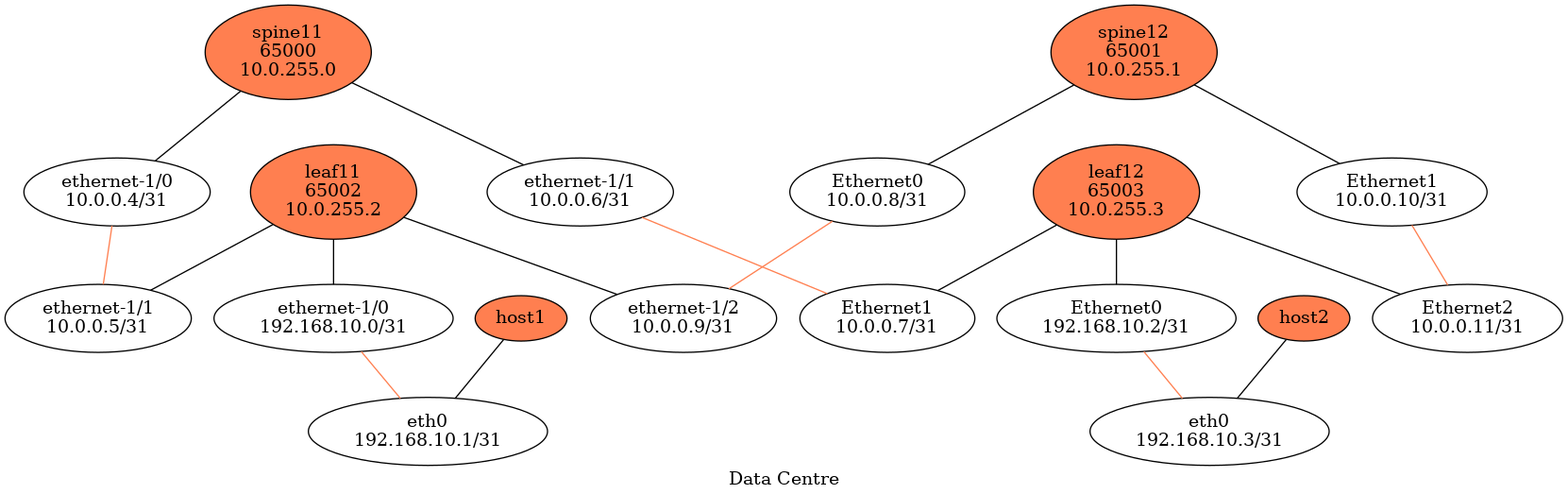
This is topology/autogen.gv.png from akarneliuk/hs-dc, a Graphviz export, as it was before one commit. Its source is kept beside it as topology/autogen.gv.
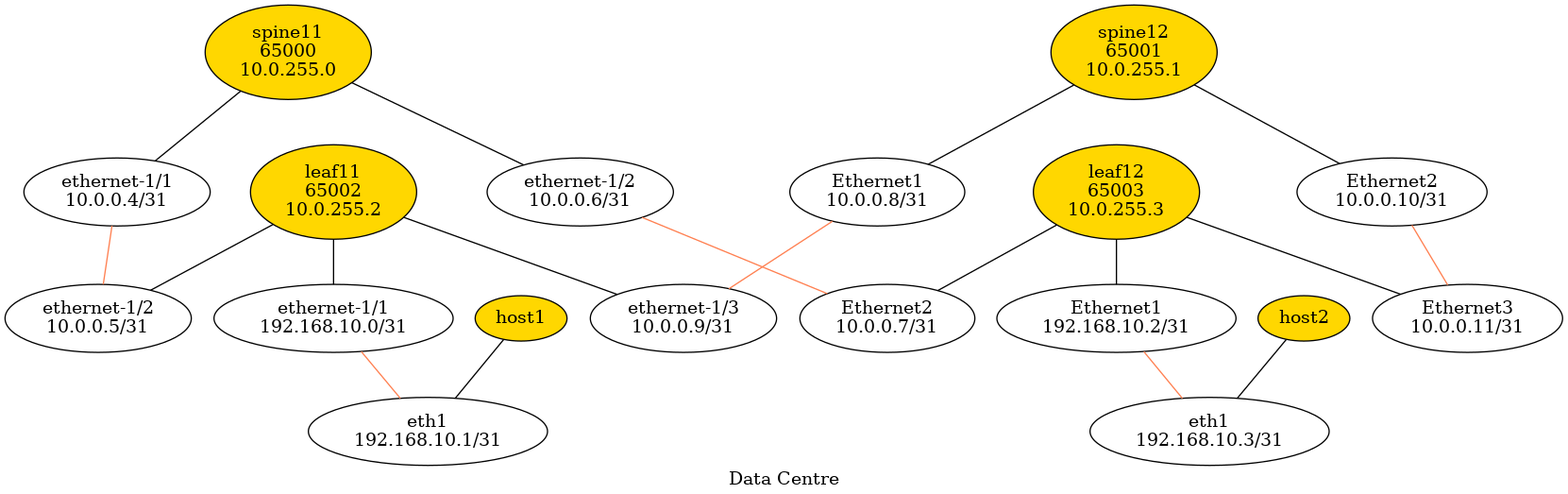
Later version of the same file.

The edit, as a diff of the source:
```diff
@@ -4,7 +4,7 @@
 	spine11	 [bgp_asn=65000,
 		dev_role=spines,
 		dev_type="nokia-srlinux",
-		fillcolor=coral,
+		fillcolor=gold,
 		label="spine11
 65000
 10.0.255.0",
@@ -13,36 +13,36 @@
 		pod=A,
 		rank=4,
 		style=filled];
-	"iface-4"	 [dev_name="ethernet-1/0",
+	"iface-4"	 [dev_name="ethernet-1/1",
 		dev_type=port,
 		ipv4="10.0.0.4/31",
-		label="ethernet-1/0
+		label="ethernet-1/1
 10.0.0.4/31",
 		rank=5];
 	spine11 -- "iface-4"	 [color=black,
 		phy=port];
-	"iface-6"	 [dev_name="ethernet-1/1",
+	"iface-6"	 [dev_name="ethernet-1/2",
 		dev_type=port,
 		ipv4="10.0.0.6/31",
-		label="ethernet-1/1
+		label="ethernet-1/2
 10.0.0.6/31",
 		rank=5];
 	spine11 -- "iface-6"	 [color=black,
 		phy=port];
-	"iface-5"	 [dev_name="ethernet-1/1",
+	"iface-5"	 [dev_name="ethernet-1/2",
 		dev_type=port,
 		ipv4="10.0.0.5/31",
-		label="ethernet-1/1
+		label="ethernet-1/2
 10.0.0.5/31",
 		rank=6];
 	"iface-4" -- "iface-5"	 [color=coral,
 		linux_bridge=hs_br_4,
 		phy=wire,
 		role=dc];
-	"iface-7"	 [dev_name=Ethernet1,
+	"iface-7"	 [dev_name=Ethernet2,
 		dev_type=port,
 		ipv4="10.0.0.7/31",
-		label="Ethernet1
+		label="Ethernet2
 10.0.0.7/31",
 		rank=6];
 	"iface-6" -- "iface-7"	 [color=coral,
@@ -52,7 +52,7 @@
 	spine12	 [bgp_asn=65001,
 		dev_role=spines,
 		dev_type="microsoft-sonic",
-		fillcolor=coral,
+		fillcolor=gold,
 		label="spine12
 65001
 10.0.255.1",
@@ -62,36 +62,36 @@
 		rank=4,
 		style=filled,
 		vlan_base=10];
-	"iface-8"	 [dev_name=Ethernet0,
+	"iface-8"	 [dev_name=Ethernet1,
 		dev_type=port,
 		ipv4="10.0.0.8/31",
-		label="Ethernet0
+		label="Ethernet1
 10.0.0.8/31",
 		rank=5];
 	spine12 -- "iface-8"	 [color=black,
 		phy=port];
-	"iface-10"	 [dev_name=Ethernet1,
+	"iface-10"	 [dev_name=Ethernet2,
 		dev_type=port,
 		ipv4="10.0.0.10/31",
-		label="Ethernet1
+		label="Ethernet2
 10.0.0.10/31",
 		rank=5];
 	spine12 -- "iface-10"	 [color=black,
 		phy=port];
-	"iface-9"	 [dev_name="ethernet-1/2",
+	"iface-9"	 [dev_name="ethernet-1/3",
 		dev_type=port,
 		ipv4="10.0.0.9/31",
-		label="ethernet-1/2
+		label="ethernet-1/3
 10.0.0.9/31",
 		rank=6];
 	"iface-8" -- "iface-9"	 [color=coral,
 		linux_bridge=hs_br_8,
 		phy=wire,
 		role=dc];
-	"iface-11"	 [dev_name=Ethernet2,
+	"iface-11"	 [dev_name=Ethernet3,
 		dev_type=port,
 		ipv4="10.0.0.11/31",
-		label="Ethernet2
+		label="Ethernet3
 10.0.0.11/31",
 		rank=6];
 	"iface-10" -- "iface-11"	 [color=coral,
@@ -101,7 +101,7 @@
 	leaf11	 [bgp_asn=65002,
 		dev_role=leafs,
 		dev_type="nokia-srlinux",
-		fillcolor=coral,
+		fillcolor=gold,
 		label="leaf11
 65002
 10.0.255.2",
@@ -110,10 +110,10 @@
 		pod=A,
 		rank=7,
 		style=filled];
-	"iface-0"	 [dev_name="ethernet-1/0",
+	"iface-0"	 [dev_name="ethernet-1/1",
 		dev_type=port,
 		ipv4="192.168.10.0/31",
-		label="ethernet-1/0
+		label="ethernet-1/1
 192.168.10.0/31",
 		rank=8];
 	leaf11 -- "iface-0"	 [color=black,
@@ -122,10 +122,10 @@
 		phy=port];
 	leaf11 -- "iface-9"	 [color=black,
 		phy=port];
-	"iface-1"	 [dev_name=eth0,
+	"iface-1"	 [dev_name=eth1,
 		dev_type=port,
 		ipv4="192.168.10.1/31",
-		label="eth0
+		label="eth1
 192.168.10.1/31",
 		rank=9];
 	"iface-0" -- "iface-1"	 [color=coral,
@@ -135,7 +135,7 @@
 	leaf12	 [bgp_asn=65003,
 		dev_role=leafs,
 		dev_type="microsoft-sonic",
-		fillcolor=coral,
+		fillcolor=gold,
 		label="leaf12
 65003
 10.0.255.3",
@@ -145,10 +145,10 @@
 		rank=7,
 		style=filled,
 		vlan_base=30];
-	"iface-2"	 [dev_name=Ethernet0,
+	"iface-2"	 [dev_name=Ethernet1,
 		dev_type=port,
 		ipv4="192.168.10.2/31",
-		label="Ethernet0
+		label="Ethernet1
 192.168.10.2/31",
 		rank=8];
 	leaf12 -- "iface-2"	 [color=black,
@@ -157,10 +157,10 @@
 		phy=port];
 	leaf12 -- "iface-11"	 [color=black,
 		phy=port];
-	"iface-3"	 [dev_name=eth0,
+	"iface-3"	 [dev_name=eth1,
 		dev_type=port,
 		ipv4="192.168.10.3/31",
-		label="eth0
+		label="eth1
 192.168.10.3/31",
 		rank=9];
 	"iface-2" -- "iface-3"	 [color=coral,
@@ -169,7 +169,7 @@
 		role=customer];
 	host1	 [dev_role=hosts,
 		dev_type=ubuntu,
-		fillcolor=coral,
+		fillcolor=gold,
 		pod=A,
 		rank=10,
 		style=filled];
@@ -177,7 +177,7 @@
 		phy=port];
 	host2	 [dev_role=hosts,
 		dev_type=ubuntu,
-		fillcolor=coral,
+		fillcolor=gold,
 		pod=A,
 		rank=10,
 		style=filled];
```
